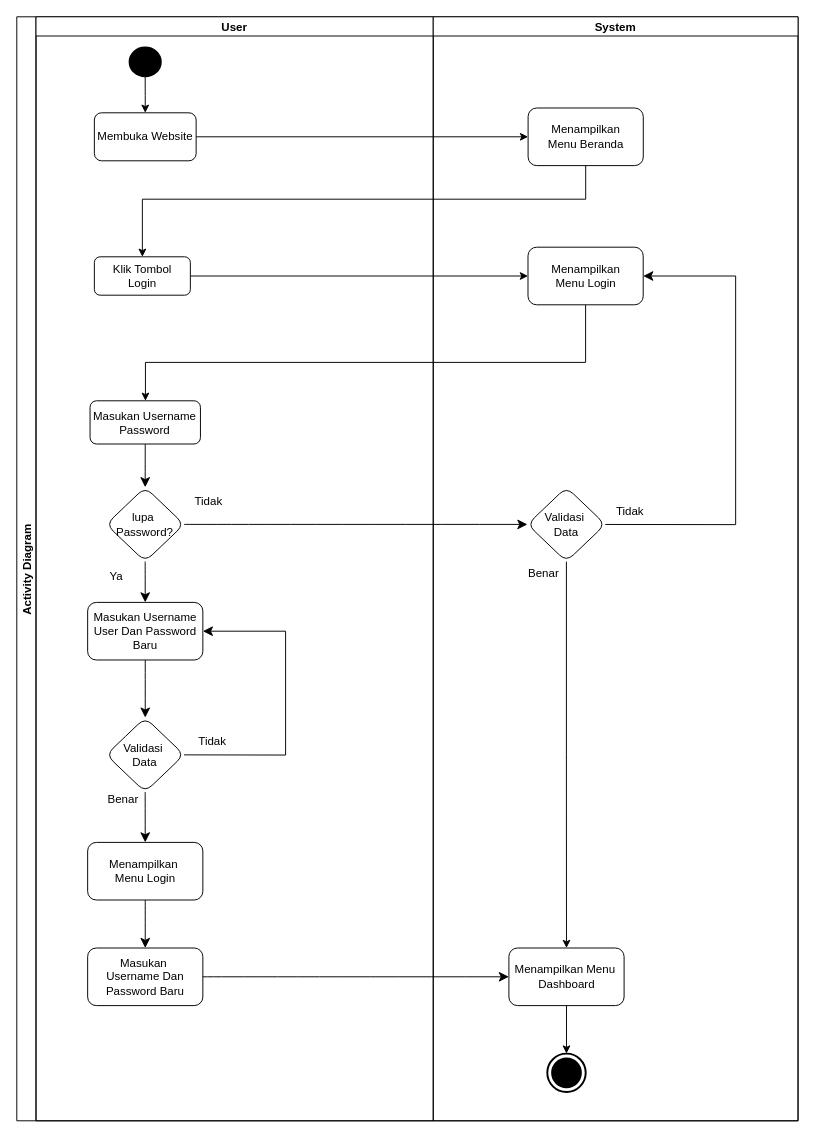
The draw.io diagram Activity Diagram Login.drawio in abdraiin/Sistem-Rekomendasi-Konten, before the edit. Source tidied: cells renumbered, new cells numbered last; positions are measured from the earlier drawing's top-left corner, leaving out a move shared by most shapes. Both pictures are drawn from the tidied source at 96%, with x=0, y=0 at pixel (16, 16).
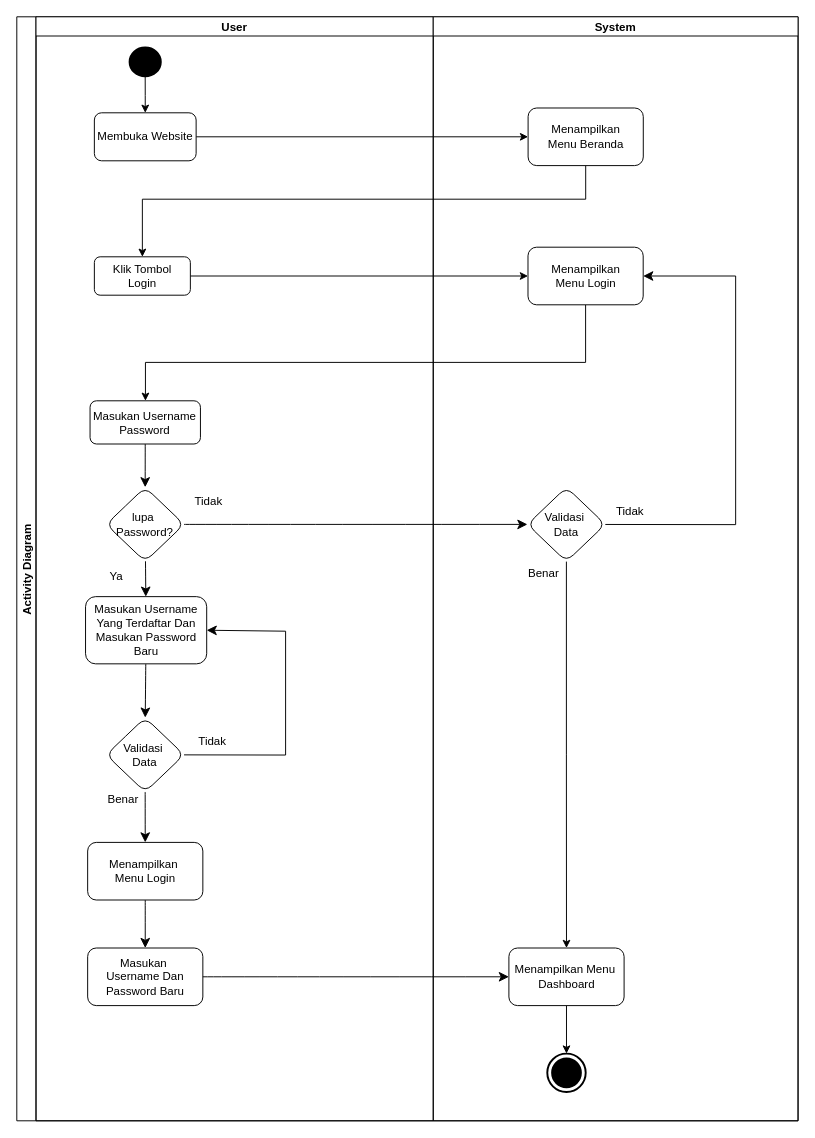
Above is the later version.

Unchanged cells that the change refers to:
```xml
<mxCell id="6" value="User" style="swimlane;startSize=20;" parent="2" vertex="1">
  <mxGeometry x="20" width="413.8" height="1150" as="geometry" />
</mxCell>
```

Change to the diagram source:
```diff
@@
-    <mxCell id="17" value="Masukan Username User Dan Password Baru" style="whiteSpace=wrap;html=1;rounded=1;" parent="6" vertex="1">
-      <mxGeometry x="53.8" y="610" width="120" height="60" as="geometry" />
+    <mxCell id="17" value="Masukan Username&lt;div&gt;Yang Terdaftar Dan&lt;/div&gt;&lt;div&gt;Masukan Password Baru&lt;/div&gt;" style="whiteSpace=wrap;html=1;rounded=1;" parent="6" vertex="1">
+      <mxGeometry x="51.6" y="604" width="126.2" height="70" as="geometry" />
     </mxCell>
```
